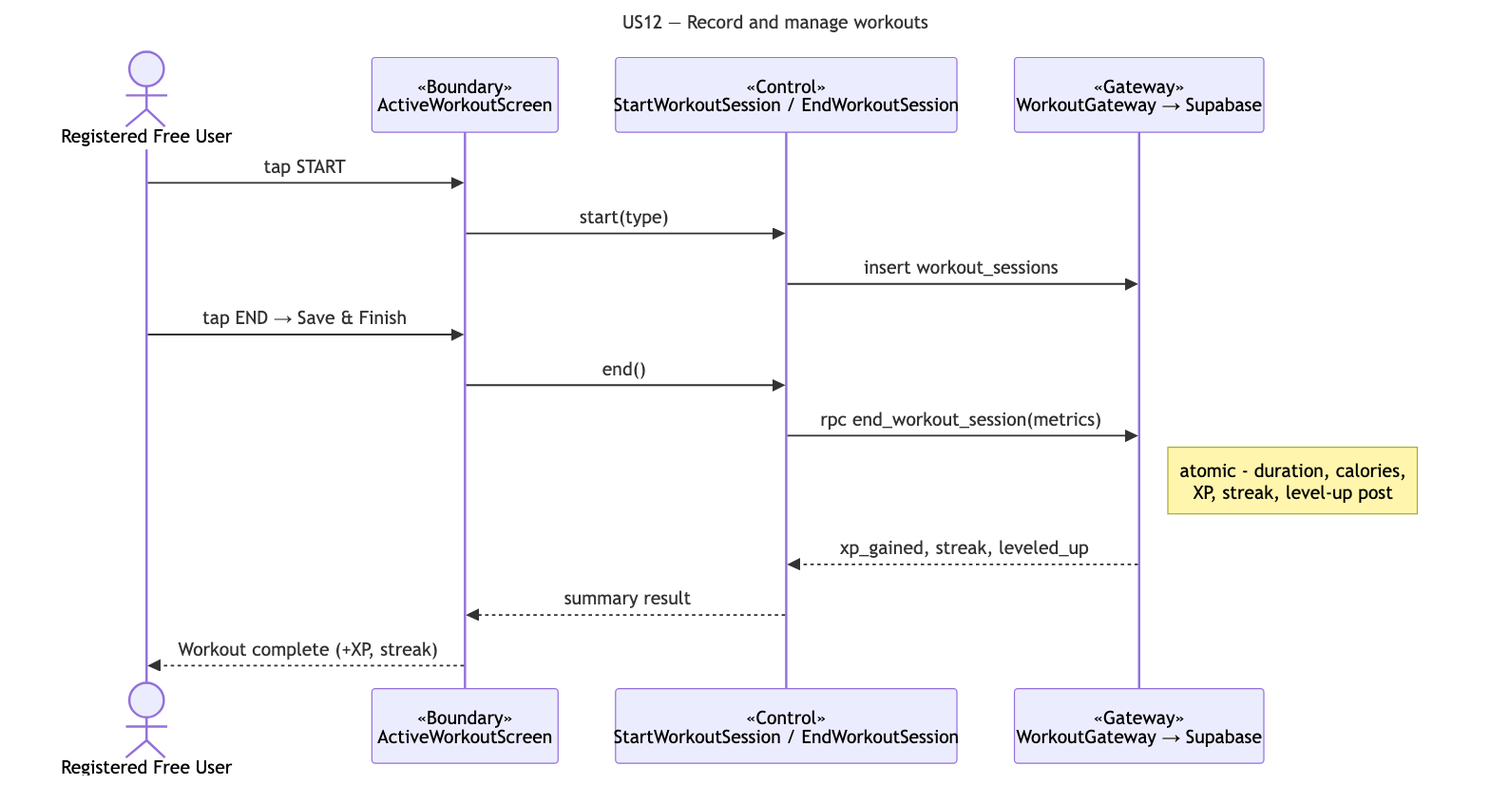
The Mermaid diagram docs/deliverables/sequence-diagrams/US12-record-workouts.png in cyuanjun/FYP-26-S2-37-app, before a commit. Its source is kept beside it as docs/deliverables/sequence-diagrams/src/US12-record-workouts.mmd. Its diagram source:
```mermaid
---
title: "US12 — Record and manage workouts"
---
sequenceDiagram
  actor A as Registered Free User
  participant B as «Boundary»<br/>ActiveWorkoutScreen
  participant C as «Control»<br/>StartWorkoutSession / EndWorkoutSession
  participant G as «Gateway»<br/>WorkoutGateway → Supabase
  A->>B: tap START
  B->>C: start(type)
  C->>G: insert workout_sessions
  A->>B: tap END → Save & Finish
  B->>C: end()
  C->>G: rpc end_workout_session(metrics)
  note right of G: atomic - duration, calories,<br/>XP, streak, level-up post
  G-->>C: xp_gained, streak, leveled_up
  C-->>B: summary result
  B-->>A: Workout complete (+XP, streak)
```
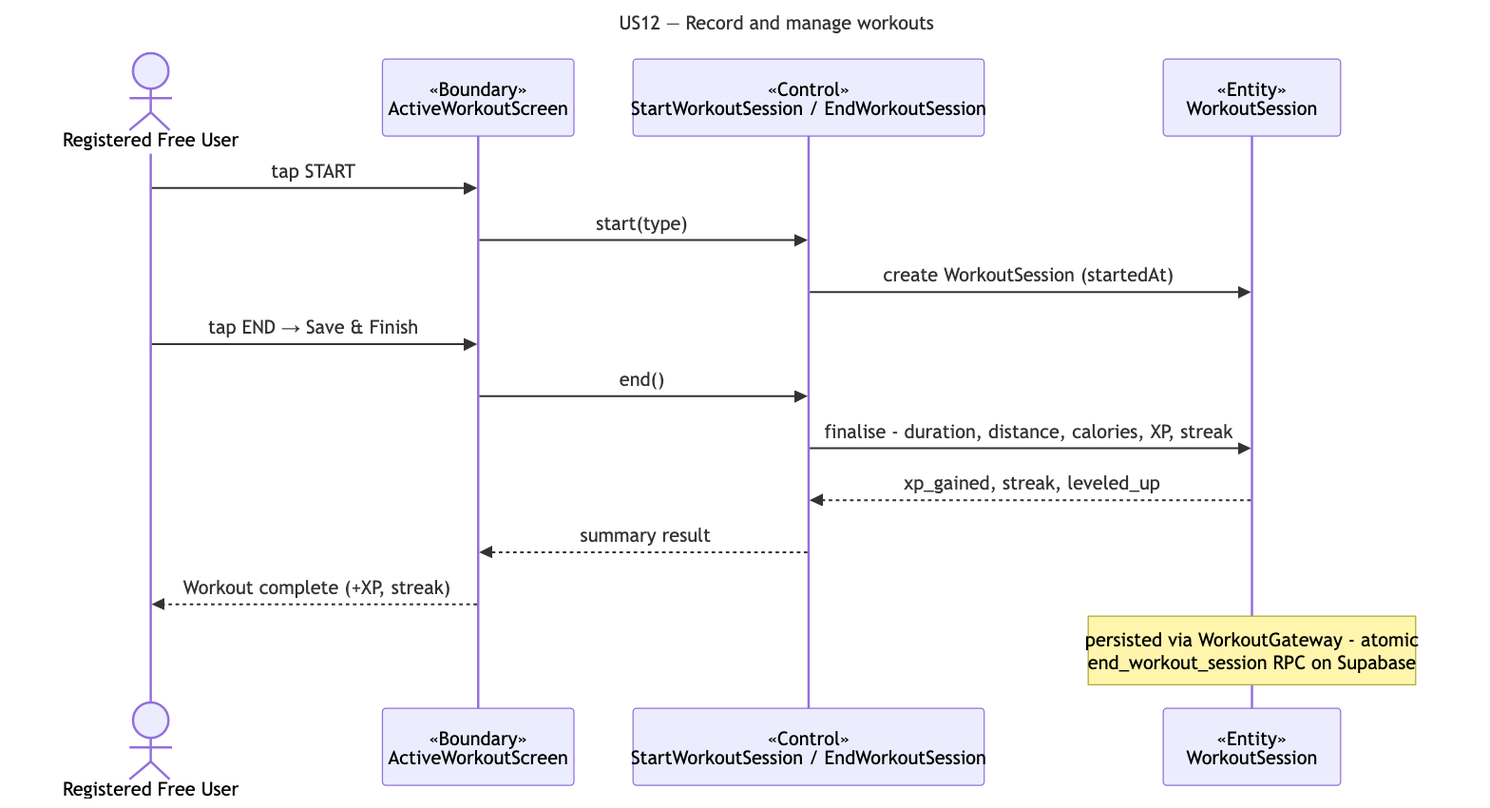
The same diagram one commit later.

What changed in the source:
```diff
@@ -5,14 +5,14 @@
   actor A as Registered Free User
   participant B as «Boundary»<br/>ActiveWorkoutScreen
   participant C as «Control»<br/>StartWorkoutSession / EndWorkoutSession
-  participant G as «Gateway»<br/>WorkoutGateway → Supabase
+  participant E as «Entity»<br/>WorkoutSession
   A->>B: tap START
   B->>C: start(type)
-  C->>G: insert workout_sessions
+  C->>E: create WorkoutSession (startedAt)
   A->>B: tap END → Save & Finish
   B->>C: end()
-  C->>G: rpc end_workout_session(metrics)
-  note right of G: atomic - duration, calories,<br/>XP, streak, level-up post
-  G-->>C: xp_gained, streak, leveled_up
+  C->>E: finalise - duration, distance, calories, XP, streak
+  E-->>C: xp_gained, streak, leveled_up
   C-->>B: summary result
   B-->>A: Workout complete (+XP, streak)
+  note over E: persisted via WorkoutGateway - atomic<br/>end_workout_session RPC on Supabase
```
